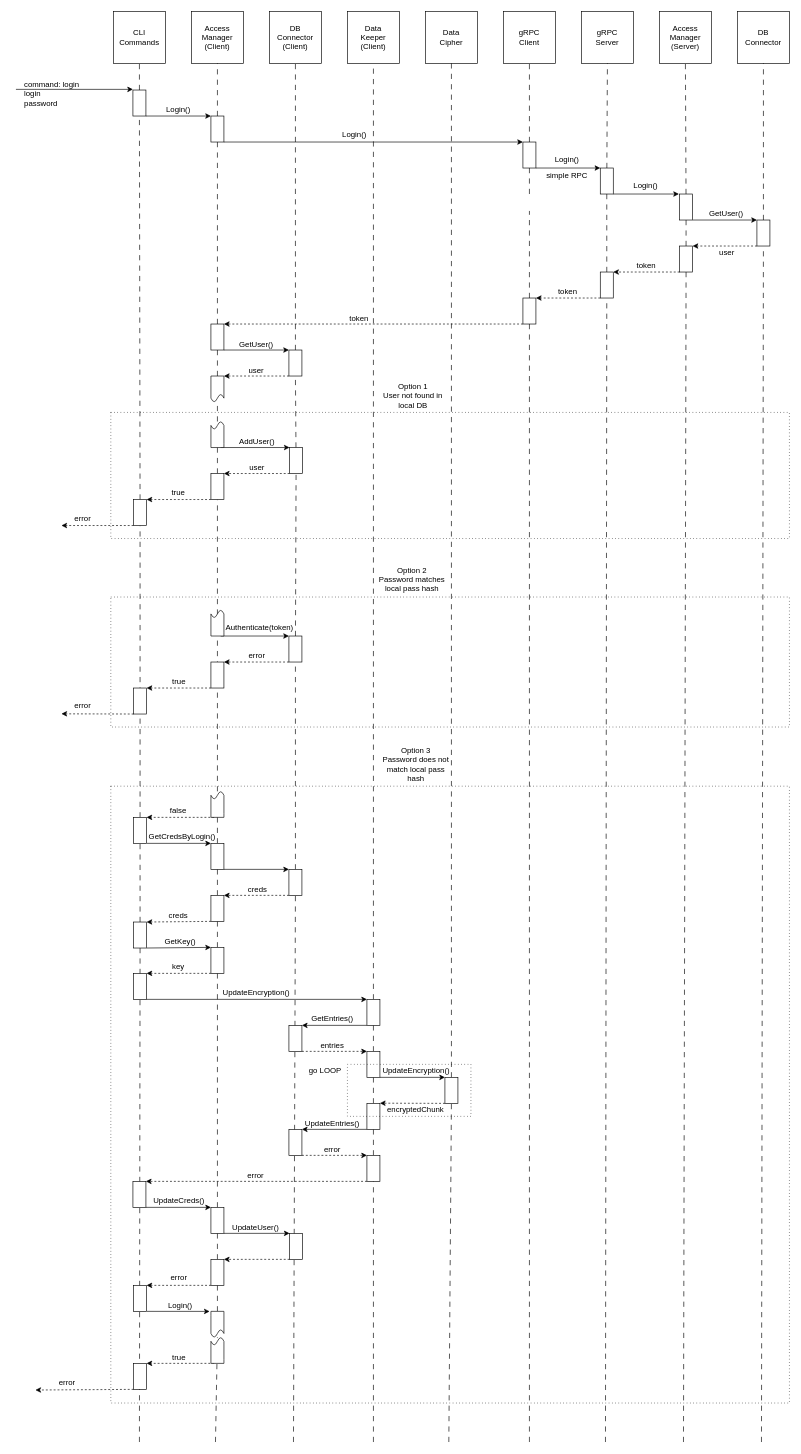
The draw.io diagram docs/login.drawio in ruskiiamov/gophkeeper, before the edit. Source tidied: cells renumbered, new cells numbered last; positions are measured from the earlier drawing's top-left corner, leaving out a move shared by most shapes. Both pictures are drawn from the tidied source at 65%, with x=0, y=0 at pixel (16, 11).
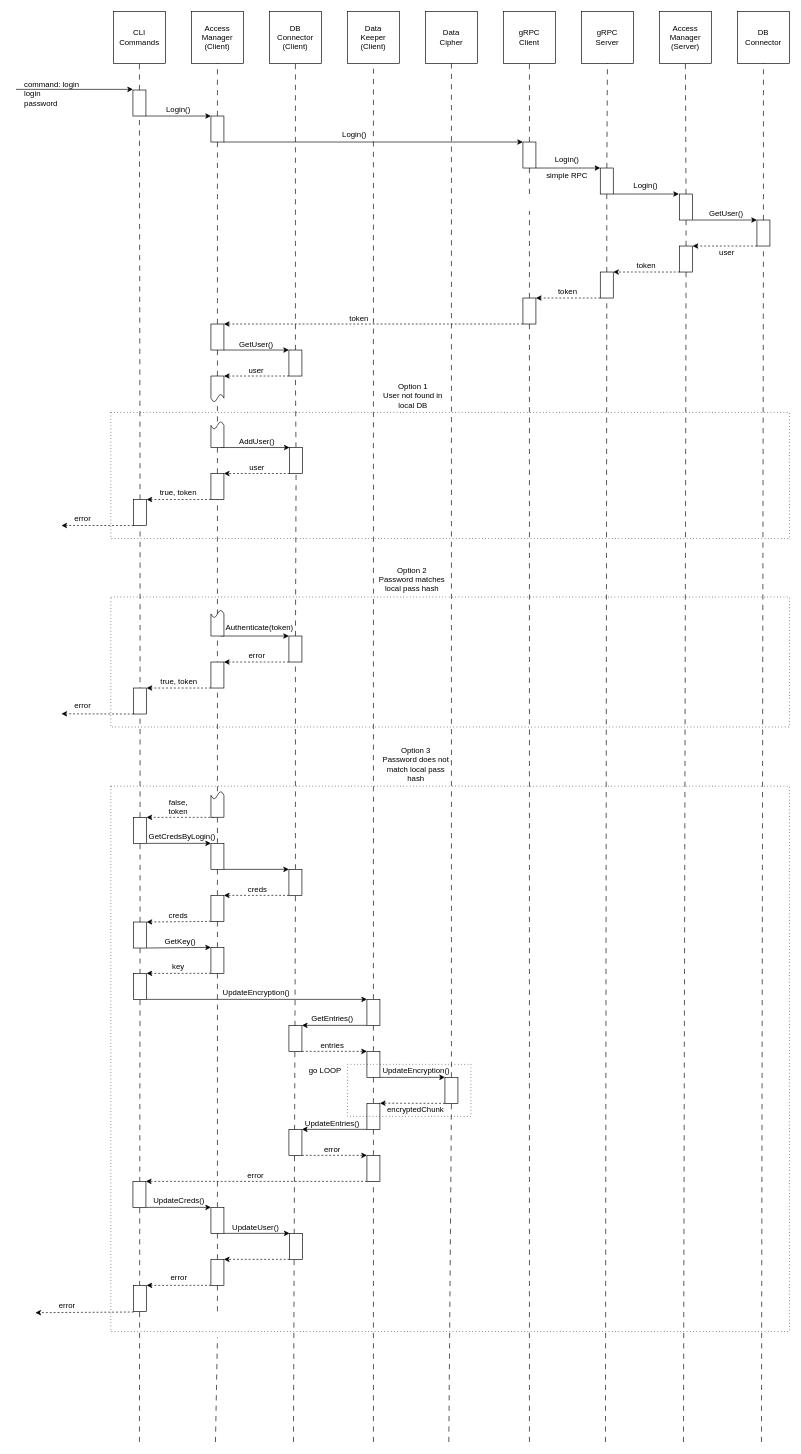
After the change.

Unchanged cells that the change refers to:
```xml
<mxCell id="153" style="rounded=0;whiteSpace=wrap;html=1;" parent="1" vertex="1">
  <mxGeometry x="300" y="1360" width="20" height="40" as="geometry" />
</mxCell>
<mxCell id="172" style="rounded=0;whiteSpace=wrap;html=1;" parent="1" vertex="1">
  <mxGeometry x="181" y="1960" width="20" height="40" as="geometry" />
</mxCell>
```

Change to the diagram source:
```diff
@@
     <mxCell id="4" style="rounded=0;whiteSpace=wrap;html=1;fillColor=none;dashed=1;dashPattern=1 4;" parent="1" vertex="1">
-      <mxGeometry x="146" y="1192" width="1044" height="949" as="geometry" />
+      <mxGeometry x="146" y="1192" width="1044" height="839" as="geometry" />
     </mxCell>
@@
-    <mxCell id="121" value="true" style="text;html=1;strokeColor=none;fillColor=none;align=center;verticalAlign=middle;whiteSpace=wrap;rounded=0;" parent="1" vertex="1">
+    <mxCell id="121" value="true, token" style="text;html=1;strokeColor=none;fillColor=none;align=center;verticalAlign=middle;whiteSpace=wrap;rounded=0;" parent="1" vertex="1">
       <mxGeometry x="220" y="726" width="60" height="30" as="geometry" />
     </mxCell>
@@
-    <mxCell id="136" value="true" style="text;html=1;strokeColor=none;fillColor=none;align=center;verticalAlign=middle;whiteSpace=wrap;rounded=0;" parent="1" vertex="1">
+    <mxCell id="136" value="true, token" style="text;html=1;strokeColor=none;fillColor=none;align=center;verticalAlign=middle;whiteSpace=wrap;rounded=0;" parent="1" vertex="1">
       <mxGeometry x="221" y="1017" width="60" height="30" as="geometry" />
     </mxCell>
@@
-    <mxCell id="143" value="false" style="text;html=1;strokeColor=none;fillColor=none;align=center;verticalAlign=middle;whiteSpace=wrap;rounded=0;" parent="1" vertex="1">
-      <mxGeometry x="220" y="1214" width="60" height="30" as="geometry" />
+    <mxCell id="143" value="false, token" style="text;html=1;strokeColor=none;fillColor=none;align=center;verticalAlign=middle;whiteSpace=wrap;rounded=0;" parent="1" vertex="1">
+      <mxGeometry x="220" y="1209" width="60" height="30" as="geometry" />
     </mxCell>
@@
-    <mxCell id="151" style="endArrow=none;dashed=1;html=1;rounded=0;entryX=0.5;entryY=1;entryDx=0;entryDy=0;dashPattern=8 8;startArrow=none;" parent="1" edge="1" source="175" target="153">
-      <mxGeometry relative="1" as="geometry" />
+    <mxCell id="151" style="endArrow=none;dashed=1;html=1;rounded=0;entryX=0.5;entryY=1;entryDx=0;entryDy=0;dashPattern=8 8;startArrow=none;" parent="1" edge="1" target="153">
+      <mxGeometry relative="1" as="geometry">
+        <mxPoint x="310" y="2000" as="sourcePoint" />
+      </mxGeometry>
     </mxCell>
@@
-    <mxCell id="171" style="edgeStyle=none;html=1;exitX=1;exitY=1;exitDx=0;exitDy=0;entryX=-0.1;entryY=0.001;entryDx=0;entryDy=0;entryPerimeter=0;" parent="1" edge="1" source="172" target="175">
-      <mxGeometry relative="1" as="geometry" />
-    </mxCell>
@@
-    <mxCell id="174" style="endArrow=none;dashed=1;html=1;rounded=0;entryX=0.5;entryY=1;entryDx=0;entryDy=0;dashPattern=8 8;startArrow=none;" parent="1" edge="1" source="178" target="175">
-      <mxGeometry relative="1" as="geometry" />
-    </mxCell>
-    <mxCell id="175" style="shape=document;whiteSpace=wrap;html=1;boundedLbl=1;" parent="1" vertex="1">
-      <mxGeometry x="300" y="2000" width="20" height="40" as="geometry" />
-    </mxCell>
-    <mxCell id="176" style="endArrow=none;dashed=1;html=1;rounded=0;entryX=0.5;entryY=1;entryDx=0;entryDy=0;dashPattern=8 8;startArrow=none;" parent="1" edge="1" target="178">
+    <mxCell id="176" style="endArrow=none;dashed=1;html=1;rounded=0;entryX=0.5;entryY=1;entryDx=0;entryDy=0;dashPattern=8 8;startArrow=none;" parent="1" edge="1">
       <mxGeometry relative="1" as="geometry">
         <mxPoint x="307" y="2201" as="sourcePoint" />
+        <mxPoint x="310" y="2040" as="targetPoint" />
       </mxGeometry>
     </mxCell>
-    <mxCell id="177" style="edgeStyle=none;html=1;exitX=0.75;exitY=0;exitDx=0;exitDy=0;entryX=1;entryY=0;entryDx=0;entryDy=0;dashed=1;" parent="1" edge="1" source="178" target="181">
-      <mxGeometry relative="1" as="geometry" />
-    </mxCell>
-    <mxCell id="178" style="shape=document;whiteSpace=wrap;html=1;boundedLbl=1;rotation=-180;" parent="1" vertex="1">
-      <mxGeometry x="300" y="2040" width="20" height="40" as="geometry" />
-    </mxCell>
-    <mxCell id="179" value="Login()" style="text;html=1;strokeColor=none;fillColor=none;align=center;verticalAlign=middle;whiteSpace=wrap;rounded=0;" parent="1" vertex="1">
-      <mxGeometry x="223" y="1976" width="60" height="30" as="geometry" />
-    </mxCell>
-    <mxCell id="180" style="edgeStyle=none;html=1;exitX=0;exitY=1;exitDx=0;exitDy=0;dashed=1;" parent="1" edge="1" source="181">
+    <mxCell id="180" style="edgeStyle=none;html=1;exitX=0;exitY=1;exitDx=0;exitDy=0;dashed=1;" parent="1" edge="1">
       <mxGeometry relative="1" as="geometry">
-        <mxPoint x="30" y="2121" as="targetPoint" />
+        <mxPoint x="181" y="2001" as="sourcePoint" />
+        <mxPoint x="30" y="2002" as="targetPoint" />
       </mxGeometry>
     </mxCell>
-    <mxCell id="181" style="rounded=0;whiteSpace=wrap;html=1;" parent="1" vertex="1">
-      <mxGeometry x="181" y="2080" width="20" height="40" as="geometry" />
-    </mxCell>
-    <mxCell id="182" value="true" style="text;html=1;strokeColor=none;fillColor=none;align=center;verticalAlign=middle;whiteSpace=wrap;rounded=0;" parent="1" vertex="1">
-      <mxGeometry x="221" y="2057" width="60" height="30" as="geometry" />
-    </mxCell>
     <mxCell id="183" value="error" style="text;html=1;strokeColor=none;fillColor=none;align=center;verticalAlign=middle;whiteSpace=wrap;rounded=0;" parent="1" vertex="1">
-      <mxGeometry x="48.5" y="2095" width="60" height="30" as="geometry" />
+      <mxGeometry x="48.5" y="1976" width="60" height="30" as="geometry" />
     </mxCell>
```
